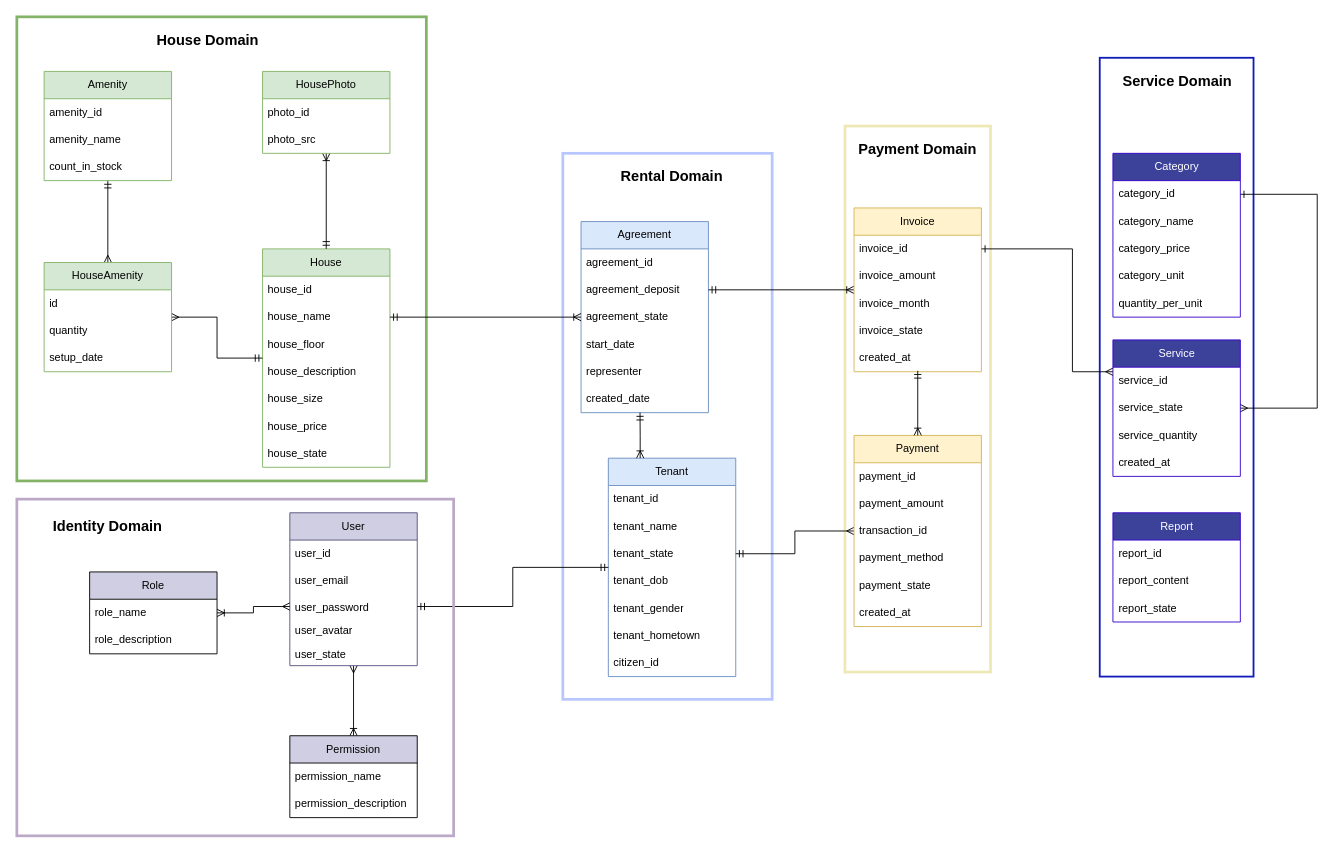
fatthinh/house_rental_management keeps this draw.io diagram as documents/ddd-diagram.drawio. Above is the earlier version. Source tidied: cells renumbered, new cells numbered last; positions are measured from the earlier drawing's top-left corner, leaving out a move shared by most shapes. Both pictures are drawn from the tidied source at 91%, with x=0, y=0 at pixel (16, 16).
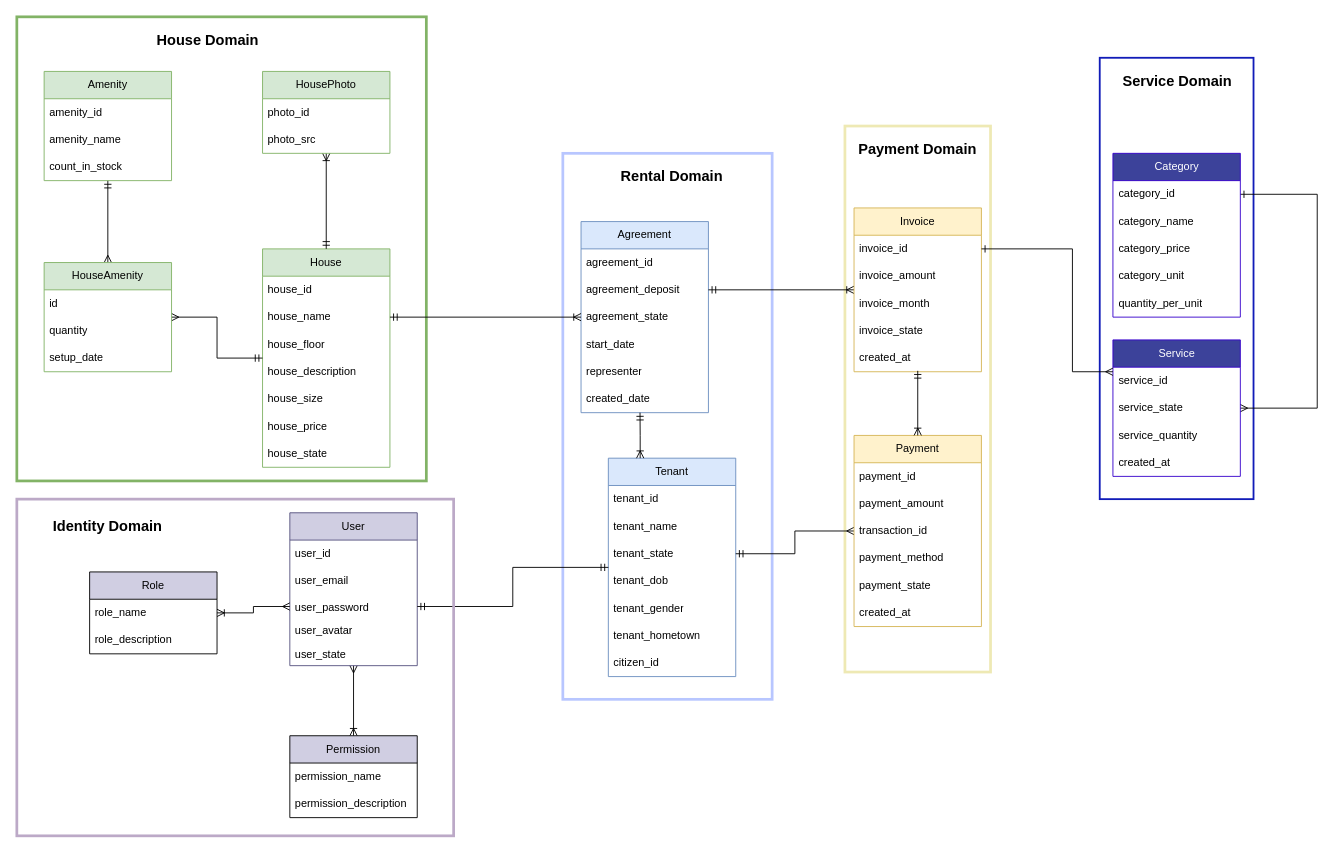
Above is the later version.

What changed in the source:
```diff
@@
     <mxCell id="73" style="rounded=0;whiteSpace=wrap;html=1;fillColor=none;strokeWidth=2;strokeColor=#111CB8;" parent="1" vertex="1">
-      <mxGeometry x="1190" y="45" width="169" height="680" as="geometry" />
+      <mxGeometry x="1190" y="45" width="169" height="485" as="geometry" />
     </mxCell>
@@
-    <mxCell id="87" value="Report" style="swimlane;fontStyle=0;horizontal=1;startSize=30;whiteSpace=wrap;html=1;fillColor=#3c429a;fontColor=#ffffff;strokeColor=#3700CC;fillStyle=auto;" parent="1" vertex="1">
-      <mxGeometry x="1204.5" y="545" width="140" height="120" as="geometry" />
-    </mxCell>
-    <mxCell id="88" value="report_id" style="text;strokeColor=none;fillColor=none;align=left;verticalAlign=middle;spacingLeft=4;spacingRight=4;overflow=hidden;whiteSpace=wrap;html=1;" parent="87" vertex="1">
-      <mxGeometry y="30" width="140" height="30" as="geometry" />
-    </mxCell>
-    <mxCell id="89" value="report_content" style="text;strokeColor=none;fillColor=none;align=left;verticalAlign=middle;spacingLeft=4;spacingRight=4;overflow=hidden;whiteSpace=wrap;html=1;" parent="87" vertex="1">
-      <mxGeometry y="60" width="140" height="30" as="geometry" />
-    </mxCell>
-    <mxCell id="90" value="report_state" style="text;strokeColor=none;fillColor=none;align=left;verticalAlign=middle;spacingLeft=4;spacingRight=4;overflow=hidden;whiteSpace=wrap;html=1;" parent="87" vertex="1">
-      <mxGeometry y="90" width="140" height="30" as="geometry" />
-    </mxCell>
```
